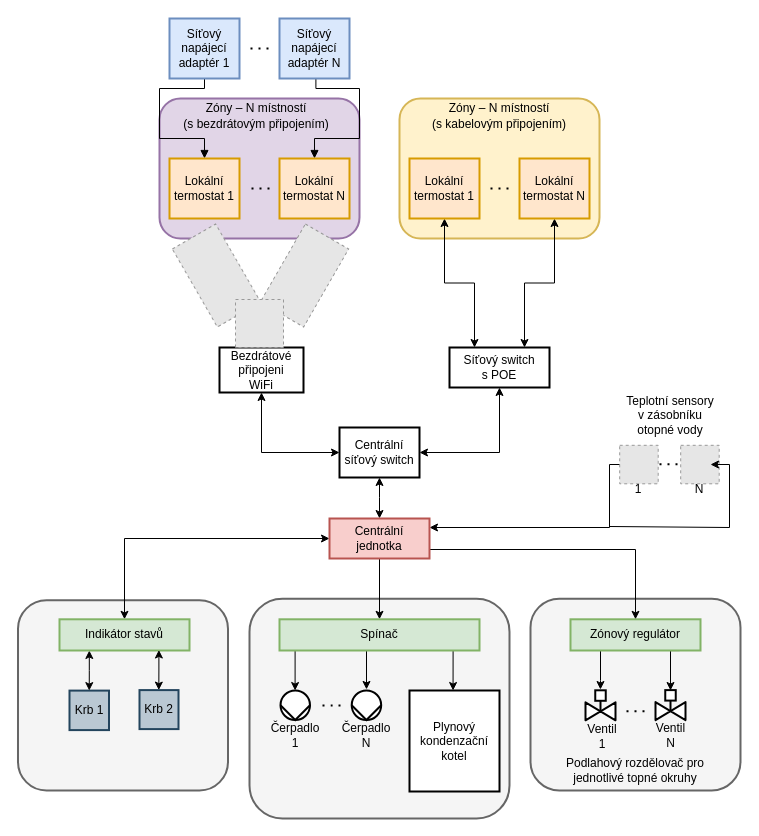
RomLab/diploma-thesis keeps this draw.io diagram as images/svg/drawio/navrh-hardwarove-casti.drawio. Above is the earlier version. Source tidied: cells renumbered, new cells numbered last; positions are measured from the earlier drawing's top-left corner, leaving out a move shared by most shapes. Both pictures are drawn from the tidied source at 100%, with x=0, y=0 at pixel (17, 18). Pictures stored in the file or linked from it are replaced by grey dashed boxes.
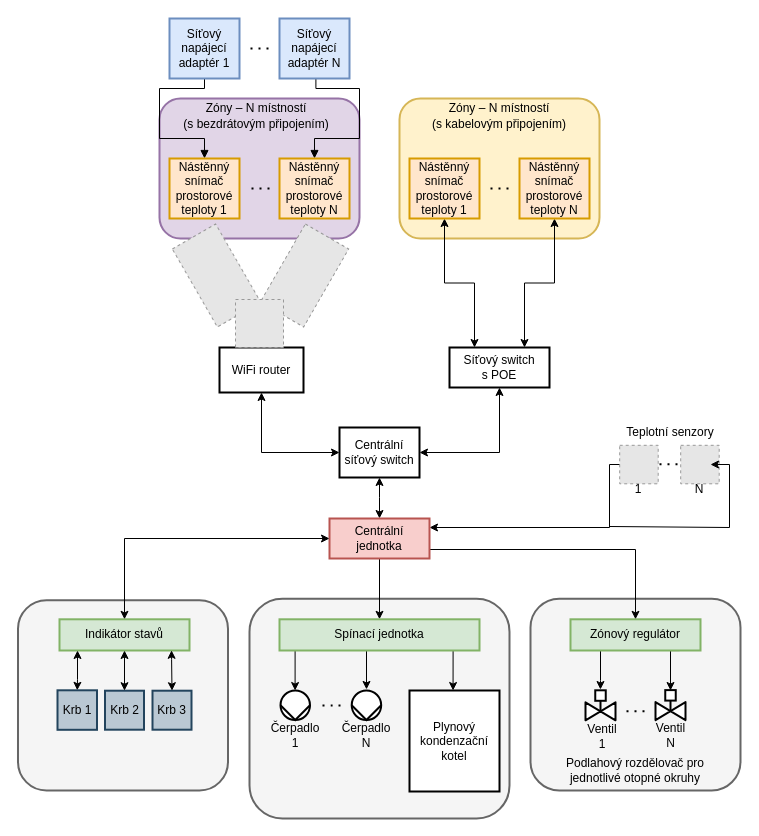
After the change.

The change refers to these unchanged cells:
```xml
<mxCell id="15" value="Centrální&lt;br&gt;jednotka" style="whiteSpace=wrap;html=1;fillColor=#f8cecc;strokeWidth=2;strokeColor=#b85450;" parent="1" vertex="1">
  <mxGeometry x="312" y="500" width="100" height="40" as="geometry" />
</mxCell>
<mxCell id="21" style="group;" parent="1" vertex="1">
  <mxGeometry x="202" y="281" width="84" height="99" as="geometry" />
</mxCell>
<mxCell id="58" value="Indikátor stavů" style="rounded=0;whiteSpace=wrap;html=1;fillColor=#d5e8d4;strokeWidth=2;strokeColor=#82b366;" parent="1" vertex="1">
  <mxGeometry x="42" y="600.8" width="130" height="31.2" as="geometry" />
</mxCell>
```

Change to the diagram source:
```diff
@@
-    <mxCell id="13" style="edgeStyle=orthogonalEdgeStyle;rounded=0;jettySize=auto;html=1;startArrow=classic;startFill=1;entryX=0.5;entryY=0;entryDx=0;entryDy=0;" parent="1" edge="1" source="15" target="58">
-      <mxGeometry relative="1" as="geometry" />
-    </mxCell>
@@
-    <mxCell id="22" value="Bezdrátové připojeni&lt;br&gt;WiFi" style="rounded=0;whiteSpace=wrap;html=1;strokeWidth=2;" parent="21" vertex="1">
+    <mxCell id="22" value="WiFi router" style="rounded=0;whiteSpace=wrap;html=1;strokeWidth=2;" parent="21" vertex="1">
       <mxGeometry y="48" width="84" height="45" as="geometry" />
     </mxCell>
@@
-    <mxCell id="46" value="Podlahový rozdělovač pro jednotlivé topné okruhy" style="text;html=1;strokeColor=none;fillColor=none;align=center;verticalAlign=middle;whiteSpace=wrap;rounded=0;" parent="1" vertex="1">
+    <mxCell id="46" value="Podlahový rozdělovač pro jednotlivé otopné okruhy" style="text;html=1;strokeColor=none;fillColor=none;align=center;verticalAlign=middle;whiteSpace=wrap;rounded=0;" parent="1" vertex="1">
       <mxGeometry x="523" y="742" width="190" height="20" as="geometry" />
     </mxCell>
@@
     <mxCell id="55" value="Krb 2" style="whiteSpace=wrap;html=1;fillColor=#bac8d3;strokeWidth=2;strokeColor=#23445d;" parent="1" vertex="1">
-      <mxGeometry x="122" y="671.6" width="39" height="39" as="geometry" />
+      <mxGeometry x="87.5" y="672.2" width="39" height="39" as="geometry" />
     </mxCell>
     <mxCell id="56" value="Krb 1" style="whiteSpace=wrap;html=1;fillColor=#bac8d3;strokeWidth=2;strokeColor=#23445d;" parent="1" vertex="1">
-      <mxGeometry x="52" y="672.1" width="39.5" height="39.5" as="geometry" />
+      <mxGeometry x="40" y="671.8" width="39.5" height="39.5" as="geometry" />
     </mxCell>
-    <mxCell id="57" style="edgeStyle=orthogonalEdgeStyle;rounded=0;jettySize=auto;html=1;entryX=0.5;entryY=0;entryDx=0;entryDy=0;startArrow=classic;startFill=1;endArrow=classic;endFill=1;" parent="1" edge="1" source="58" target="56">
-      <mxGeometry relative="1" as="geometry">
-        <Array as="points">
-          <mxPoint x="72" y="652" />
-        </Array>
-      </mxGeometry>
-    </mxCell>
@@
-    <mxCell id="60" style="edgeStyle=orthogonalEdgeStyle;rounded=0;orthogonalLoop=1;jettySize=auto;html=1;entryX=0.5;entryY=0;entryDx=0;entryDy=0;startArrow=classic;startFill=1;endArrow=classic;endFill=1;" parent="1" edge="1">
-      <mxGeometry relative="1" as="geometry">
-        <mxPoint x="141.4" y="631.5" as="sourcePoint" />
-        <mxPoint x="141.3" y="671.6" as="targetPoint" />
-        <Array as="points">
-          <mxPoint x="141.6" y="651.5" />
-        </Array>
-      </mxGeometry>
+    <mxCell id="60" style="edgeStyle=orthogonalEdgeStyle;rounded=0;jettySize=auto;html=1;entryX=0.5;entryY=0;entryDx=0;entryDy=0;startArrow=classic;startFill=1;endArrow=classic;endFill=1;exitX=0.5;exitY=1;exitDx=0;exitDy=0;" parent="1" edge="1" source="58" target="55">
+      <mxGeometry relative="1" as="geometry" />
     </mxCell>
-    <mxCell id="61" value="Lokální termostat N" style="whiteSpace=wrap;html=1;strokeWidth=2;fillColor=#ffe6cc;strokeColor=#d79b00;" parent="1" vertex="1">
+    <mxCell id="61" value="Nástěnný snímač prostorové teploty N" style="whiteSpace=wrap;html=1;strokeWidth=2;fillColor=#ffe6cc;strokeColor=#d79b00;" parent="1" vertex="1">
       <mxGeometry x="502" y="140" width="70" height="60" as="geometry" />
     </mxCell>
-    <mxCell id="62" value="Lokální termostat N" style="whiteSpace=wrap;html=1;strokeWidth=2;fillColor=#ffe6cc;strokeColor=#d79b00;" parent="1" vertex="1">
+    <mxCell id="62" value="Nástěnný snímač prostorové teploty N" style="whiteSpace=wrap;html=1;strokeWidth=2;fillColor=#ffe6cc;strokeColor=#d79b00;" parent="1" vertex="1">
       <mxGeometry x="262" y="140" width="70" height="60" as="geometry" />
     </mxCell>
-    <mxCell id="63" value="Lokální termostat 1" style="whiteSpace=wrap;html=1;strokeWidth=2;fillColor=#ffe6cc;strokeColor=#d79b00;" parent="1" vertex="1">
+    <mxCell id="63" value="Nástěnný snímač prostorové teploty 1" style="whiteSpace=wrap;html=1;strokeWidth=2;fillColor=#ffe6cc;strokeColor=#d79b00;" parent="1" vertex="1">
       <mxGeometry x="152" y="140" width="70" height="60" as="geometry" />
     </mxCell>
-    <mxCell id="64" value="Lokální termostat 1" style="whiteSpace=wrap;html=1;strokeWidth=2;fillColor=#ffe6cc;strokeColor=#d79b00;" parent="1" vertex="1">
+    <mxCell id="64" value="Nástěnný snímač prostorové teploty 1" style="whiteSpace=wrap;html=1;strokeWidth=2;fillColor=#ffe6cc;strokeColor=#d79b00;" parent="1" vertex="1">
       <mxGeometry x="392" y="140" width="70" height="60" as="geometry" />
     </mxCell>
-    <mxCell id="65" value="Spínač" style="rounded=0;whiteSpace=wrap;html=1;strokeWidth=2;fillColor=#d5e8d4;strokeColor=#82b366;" parent="1" vertex="1">
+    <mxCell id="65" value="Spínací jednotka" style="rounded=0;whiteSpace=wrap;html=1;strokeWidth=2;fillColor=#d5e8d4;strokeColor=#82b366;" parent="1" vertex="1">
       <mxGeometry x="262" y="600.8" width="200" height="31.2" as="geometry" />
     </mxCell>
@@
-    <mxCell id="75" value="Teplotní sensory&lt;br&gt;v zásobníku otopné vody" style="text;html=1;strokeColor=none;fillColor=none;align=center;verticalAlign=middle;whiteSpace=wrap;rounded=0;" parent="1" vertex="1">
-      <mxGeometry x="603" y="363" width="100" height="68" as="geometry" />
+    <mxCell id="75" value="Teplotní senzory" style="text;html=1;strokeColor=none;fillColor=none;align=center;verticalAlign=middle;whiteSpace=wrap;rounded=0;" parent="1" vertex="1">
+      <mxGeometry x="603" y="380" width="100" height="68" as="geometry" />
     </mxCell>
@@
+    <mxCell id="77" value="Krb 3" style="whiteSpace=wrap;html=1;fillColor=#bac8d3;strokeWidth=2;strokeColor=#23445d;" parent="1" vertex="1">
+      <mxGeometry x="135" y="672.2" width="39" height="39" as="geometry" />
+    </mxCell>
+    <mxCell id="78" style="edgeStyle=orthogonalEdgeStyle;rounded=0;jettySize=auto;html=1;entryX=0.5;entryY=0;entryDx=0;entryDy=0;startArrow=classic;startFill=1;endArrow=classic;endFill=1;exitX=0.862;exitY=0.994;exitDx=0;exitDy=0;exitPerimeter=0;" parent="1" edge="1" source="58" target="77">
+      <mxGeometry relative="1" as="geometry">
+        <Array as="points">
+          <mxPoint x="154" y="641" />
+          <mxPoint x="155" y="641" />
+        </Array>
+      </mxGeometry>
+    </mxCell>
+    <mxCell id="57" style="edgeStyle=orthogonalEdgeStyle;rounded=0;jettySize=auto;html=1;entryX=0.5;entryY=0;entryDx=0;entryDy=0;startArrow=classic;startFill=1;endArrow=classic;endFill=1;" parent="1" edge="1" source="58" target="56">
+      <mxGeometry relative="1" as="geometry">
+        <Array as="points">
+          <mxPoint x="60" y="661" />
+          <mxPoint x="60" y="661" />
+        </Array>
+      </mxGeometry>
+    </mxCell>
+    <mxCell id="13" style="edgeStyle=orthogonalEdgeStyle;rounded=0;jettySize=auto;html=1;startArrow=classic;startFill=1;entryX=0.5;entryY=0;entryDx=0;entryDy=0;" parent="1" edge="1" source="15" target="58">
+      <mxGeometry relative="1" as="geometry" />
+    </mxCell>
```
